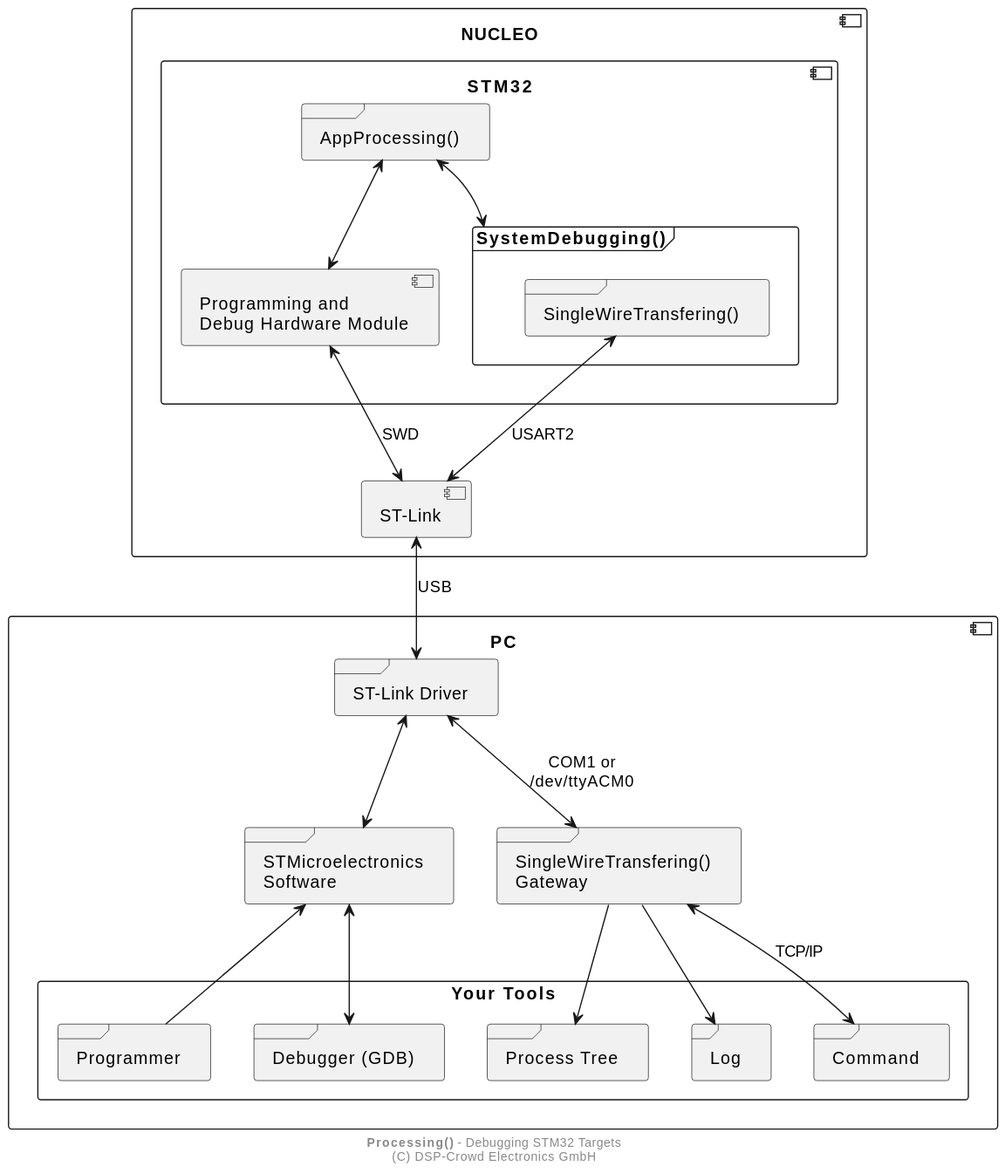
NoOrientationProgramming/hello-world-stm32 keeps this PlantUML diagram as doc/system/stm32-uart_3.svg. Above is the earlier version.
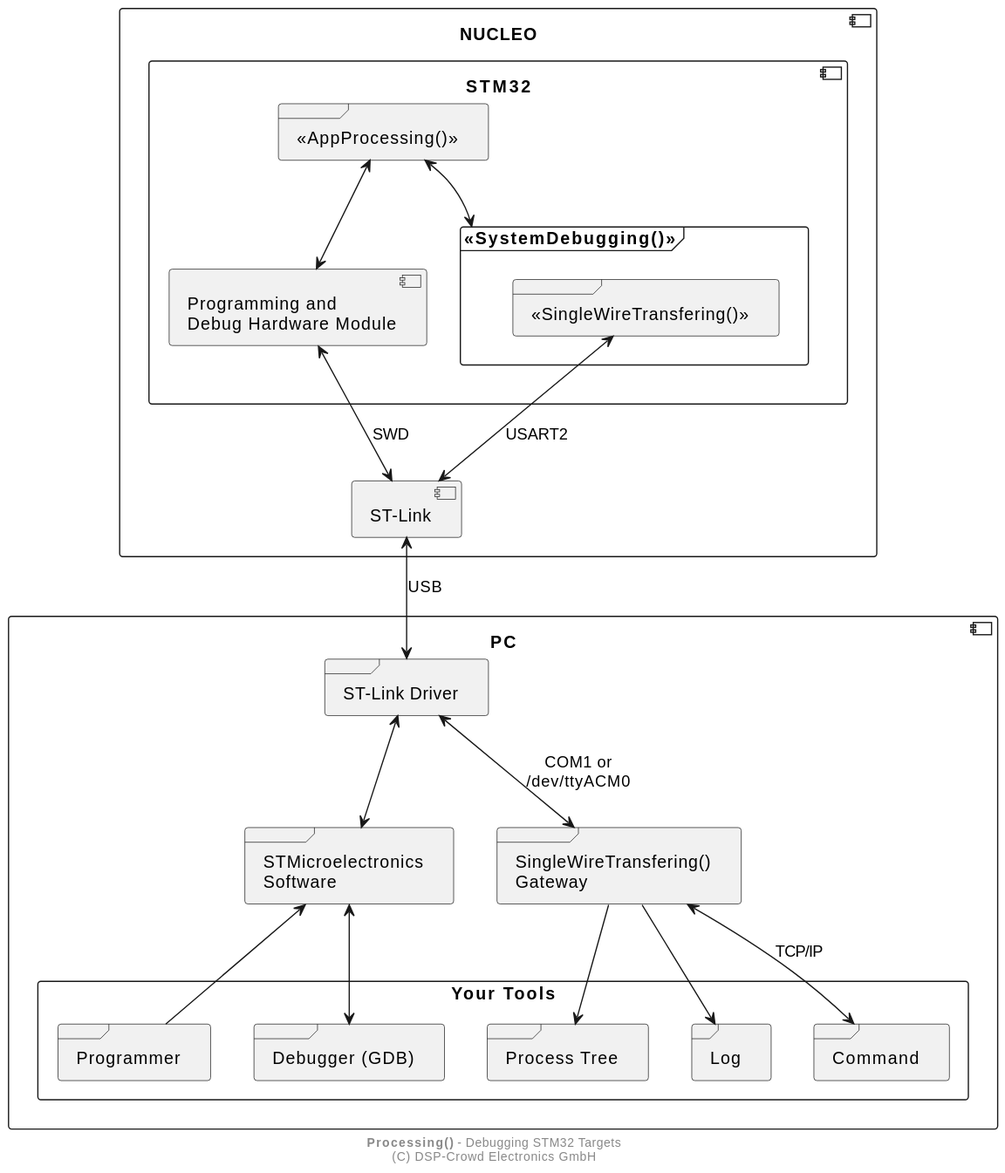
Above is the later version.

Change to the diagram source:
```diff
@@ -4,10 +4,10 @@
 
   component "STM32" {
 
-    frame "AppProcessing()" as pApp
+    frame "<<AppProcessing()>>" as pApp
 
-    frame "SystemDebugging()" as pSysDbg {
-      frame "SingleWireTransfering()" as pSwt
+    frame "<<SystemDebugging()>>" as pSysDbg {
+      frame "<<SingleWireTransfering()>>" as pSwt
     }
 
     component "Programming and\nDebug Hardware Module" as pHwDbg
```
